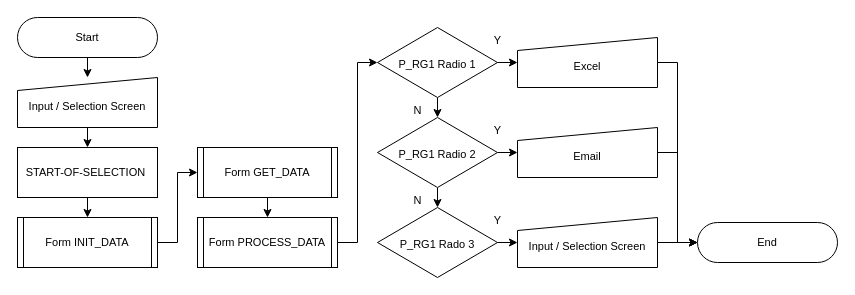
Before: MM-R914.drawio in ivanpilariza/assignment, a draw.io diagram. Source tidied: cells renumbered, new cells numbered last; positions are measured from the earlier drawing's top-left corner, leaving out a move shared by most shapes. Both pictures are drawn from the tidied source at 100%, with x=0, y=0 at pixel (17, 17).
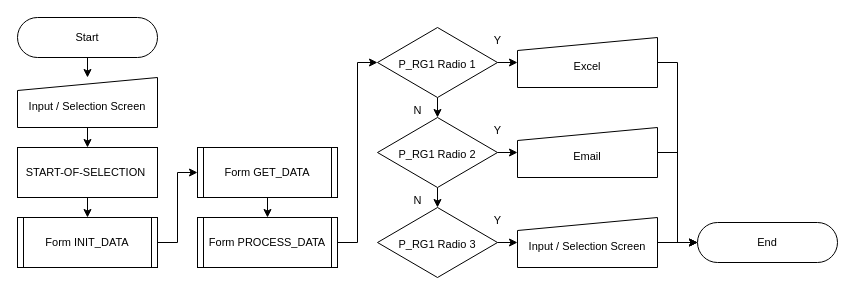
The same page after the edit.

Diff of the diagram source:
```diff
@@
-    <mxCell id="22" value="P_RG1 Rado 3" style="rhombus;whiteSpace=wrap;html=1;fontSize=11;spacingTop=3;" parent="1" vertex="1">
+    <mxCell id="22" value="P_RG1 Radio 3" style="rhombus;whiteSpace=wrap;html=1;fontSize=11;spacingTop=3;" parent="1" vertex="1">
       <mxGeometry x="360" y="190" width="120" height="70" as="geometry" />
     </mxCell>
```
